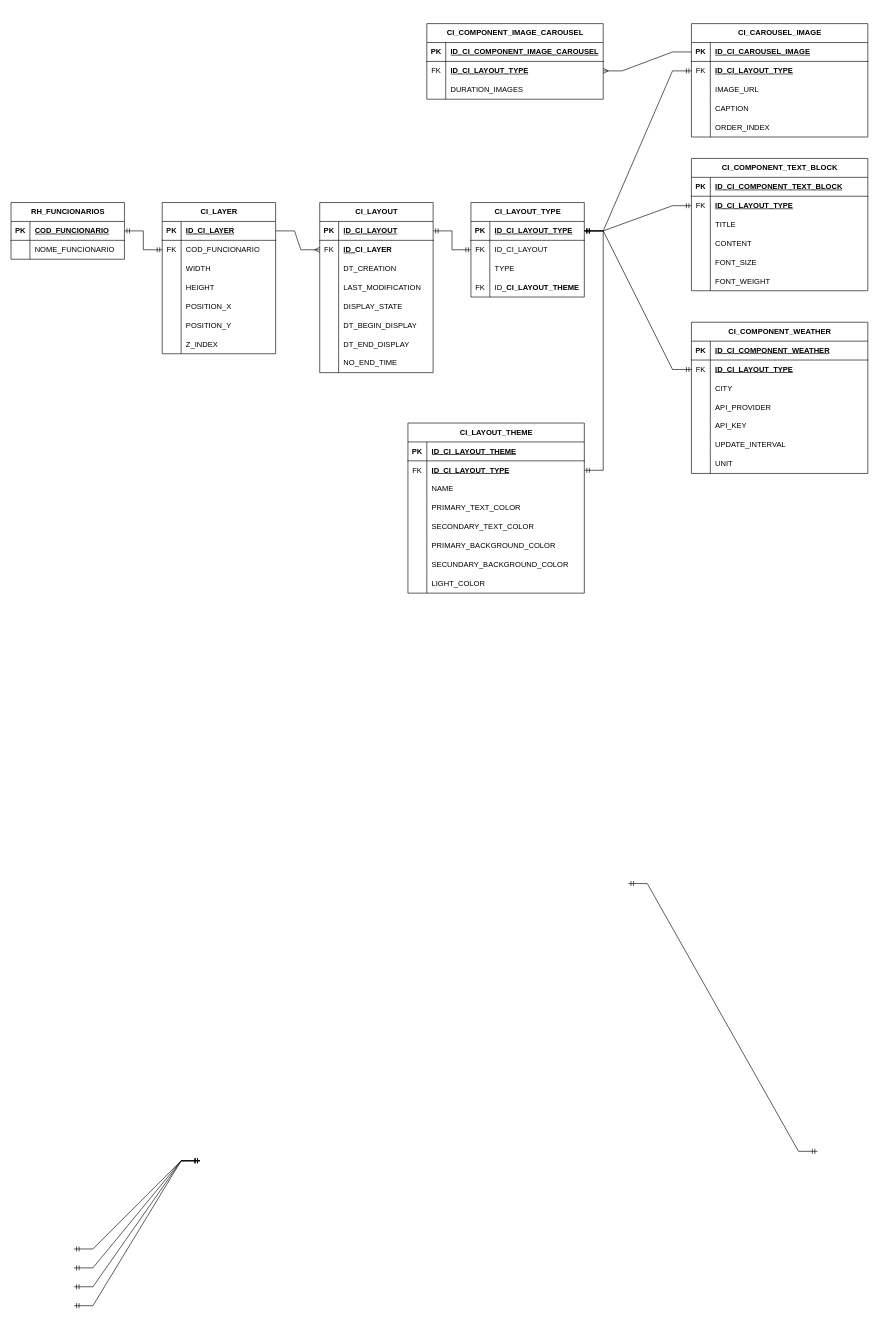
This is Diagrama_Publicidade_SEMAE.drawio from giovaniGuidetti/PHP_with_docker, a draw.io file, before an edit. Source tidied: cells renumbered, new cells numbered last; positions are measured from the earlier drawing's top-left corner, leaving out a move shared by most shapes. Both pictures are drawn from the tidied source at 63%, with x=0, y=0 at pixel (-28, 23).
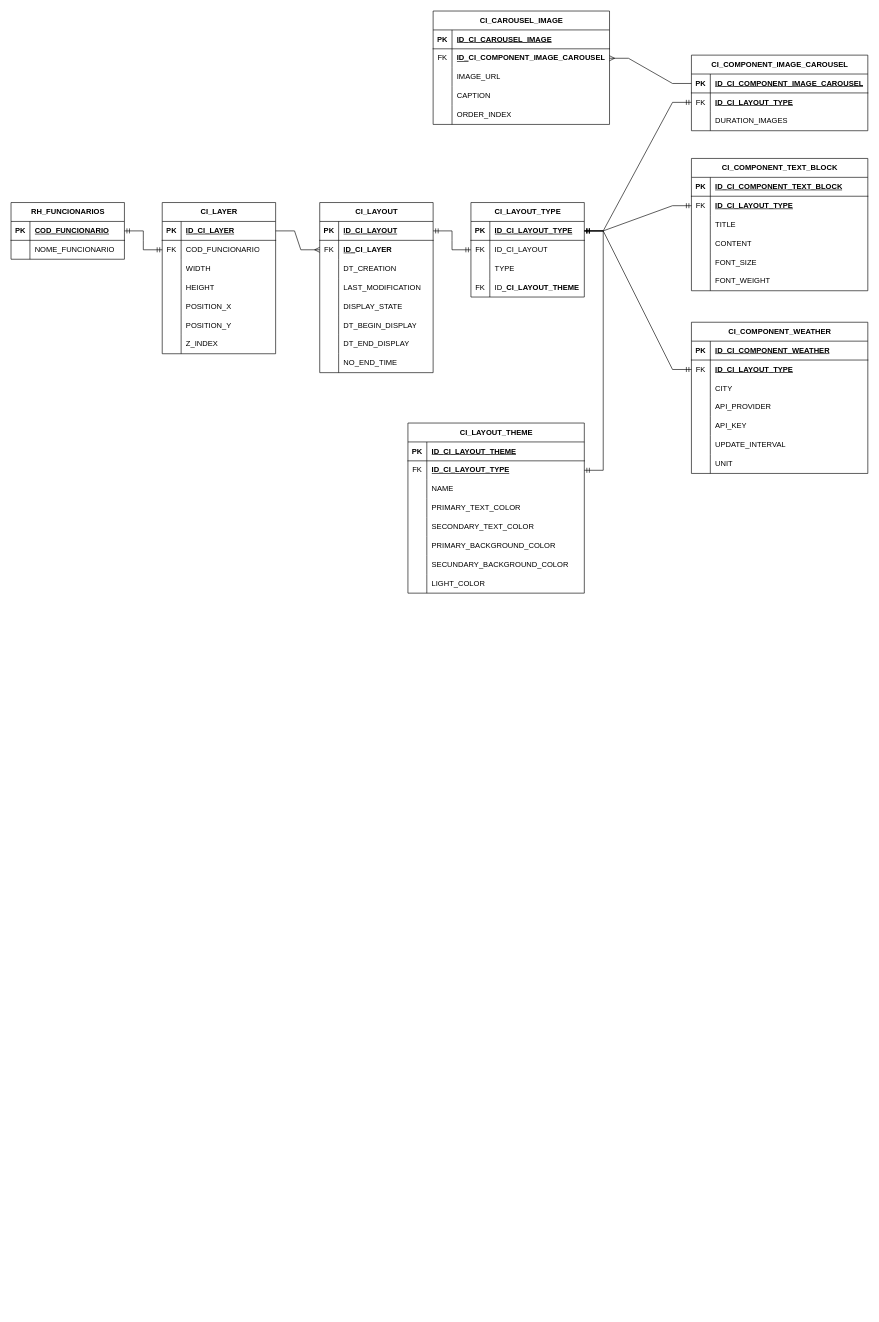
The same page after the edit.

The change refers to these unchanged cells:
```xml
<mxCell id="41" style="shape=tableRow;horizontal=0;startSize=0;swimlaneHead=0;swimlaneBody=0;fillColor=none;points=[[0,0.5],[1,0.5]];portConstraint=eastwest;top=0;left=0;right=0;bottom=1;" parent="40" vertex="1">
  <mxGeometry y="30" width="180" height="30" as="geometry" />
</mxCell>
<mxCell id="55" style="shape=tableRow;horizontal=0;startSize=0;swimlaneHead=0;swimlaneBody=0;fillColor=none;points=[[0,0.5],[1,0.5]];portConstraint=eastwest;top=0;left=0;right=0;bottom=1;" parent="54" vertex="1">
  <mxGeometry y="30" width="280" height="30" as="geometry" />
</mxCell>
<mxCell id="58" style="shape=tableRow;horizontal=0;startSize=0;swimlaneHead=0;swimlaneBody=0;fillColor=none;points=[[0,0.5],[1,0.5]];portConstraint=eastwest;top=0;left=0;right=0;bottom=0;" parent="54" vertex="1">
  <mxGeometry y="60" width="280" height="30" as="geometry" />
</mxCell>
<mxCell id="65" style="shape=tableRow;horizontal=0;startSize=0;swimlaneHead=0;swimlaneBody=0;fillColor=none;points=[[0,0.5],[1,0.5]];portConstraint=eastwest;top=0;left=0;right=0;bottom=1;" parent="64" vertex="1">
  <mxGeometry y="30" width="280" height="30" as="geometry" />
</mxCell>
<mxCell id="68" style="shape=tableRow;horizontal=0;startSize=0;swimlaneHead=0;swimlaneBody=0;fillColor=none;points=[[0,0.5],[1,0.5]];portConstraint=eastwest;top=0;left=0;right=0;bottom=0;" parent="64" vertex="1">
  <mxGeometry y="60" width="280" height="30" as="geometry" />
</mxCell>
```

The edit, as a diff of the source:
```diff
@@
-    <mxCell id="2" style="edgeStyle=entityRelationEdgeStyle;fontSize=12;html=1;endArrow=ERmandOne;startArrow=ERmandOne;rounded=0;" parent="1" edge="1">
-      <mxGeometry relative="1" as="geometry">
-        <mxPoint x="161" y="1945" as="sourcePoint" />
-        <mxPoint x="361" y="1805" as="targetPoint" />
-      </mxGeometry>
-    </mxCell>
-    <mxCell id="3" style="edgeStyle=entityRelationEdgeStyle;fontSize=12;html=1;endArrow=ERmandOne;startArrow=ERmandOne;rounded=0;" parent="1" edge="1">
-      <mxGeometry relative="1" as="geometry">
-        <mxPoint x="161" y="1975" as="sourcePoint" />
-        <mxPoint x="361" y="1805" as="targetPoint" />
-      </mxGeometry>
-    </mxCell>
-    <mxCell id="4" style="edgeStyle=entityRelationEdgeStyle;fontSize=12;html=1;endArrow=ERmandOne;startArrow=ERmandOne;rounded=0;" parent="1" edge="1">
-      <mxGeometry relative="1" as="geometry">
-        <mxPoint x="161" y="2005" as="sourcePoint" />
-        <mxPoint x="361" y="1805" as="targetPoint" />
-      </mxGeometry>
-    </mxCell>
-    <mxCell id="5" style="edgeStyle=entityRelationEdgeStyle;fontSize=12;html=1;endArrow=ERmandOne;startArrow=ERmandOne;rounded=0;" parent="1" edge="1">
-      <mxGeometry relative="1" as="geometry">
-        <mxPoint x="161" y="2035" as="sourcePoint" />
-        <mxPoint x="361" y="1805" as="targetPoint" />
-      </mxGeometry>
-    </mxCell>
-    <mxCell id="6" style="edgeStyle=entityRelationEdgeStyle;fontSize=12;html=1;endArrow=ERmandOne;startArrow=ERmandOne;rounded=0;entryX=0;entryY=0.5;entryDx=0;entryDy=0;" parent="1" edge="1">
-      <mxGeometry relative="1" as="geometry">
-        <mxPoint x="1041" y="1365" as="sourcePoint" />
-        <mxPoint x="1341" y="1790" as="targetPoint" />
-        <Array as="points">
-          <mxPoint x="1191" y="1765" />
-        </Array>
-      </mxGeometry>
-    </mxCell>
@@
     <mxCell id="54" value="CI_COMPONENT_IMAGE_CAROUSEL" style="shape=table;startSize=30;childLayout=tableLayout;rowLines=0;fontStyle=1;align=center;html=1;" parent="1" vertex="1">
-      <mxGeometry x="721" width="280" height="120" as="geometry" />
+      <mxGeometry x="1141" y="50" width="280" height="120" as="geometry" />
     </mxCell>
@@
     <mxCell id="64" value="CI_CAROUSEL_IMAGE" style="shape=table;startSize=30;childLayout=tableLayout;rowLines=0;fontStyle=1;align=center;html=1;" parent="1" vertex="1">
-      <mxGeometry x="1141" width="280" height="180" as="geometry" />
+      <mxGeometry x="731" y="-20" width="280" height="180" as="geometry" />
     </mxCell>
@@
-    <mxCell id="70" value="&lt;span style=&quot;font-weight: 700; text-decoration-line: underline;&quot;&gt;ID_CI_LAYOUT_TYPE&lt;/span&gt;" style="shape=partialRectangle;fillColor=none;top=0;left=0;bottom=0;right=0;align=left;spacingLeft=6;fontStyle=0;overflow=hidden;whiteSpace=wrap;html=1;" parent="68" vertex="1">
+    <mxCell id="70" value="&lt;span style=&quot;font-weight: 700; text-decoration-line: underline;&quot;&gt;ID_&lt;/span&gt;&lt;span style=&quot;font-weight: 700; text-wrap-mode: nowrap; text-align: center;&quot;&gt;CI_COMPONENT_IMAGE_CAROUSEL&lt;/span&gt;" style="shape=partialRectangle;fillColor=none;top=0;left=0;bottom=0;right=0;align=left;spacingLeft=6;fontStyle=0;overflow=hidden;whiteSpace=wrap;html=1;" parent="68" vertex="1">
       <mxGeometry x="30" width="250" height="30" as="geometry" />
     </mxCell>
@@
-    <mxCell id="121" style="edgeStyle=entityRelationEdgeStyle;fontSize=12;html=1;endArrow=ERmandOne;startArrow=ERmandOne;rounded=0;exitX=0;exitY=0.5;exitDx=0;exitDy=0;entryX=1;entryY=0.5;entryDx=0;entryDy=0;" parent="1" edge="1" source="68" target="41">
+    <mxCell id="121" style="edgeStyle=entityRelationEdgeStyle;fontSize=12;html=1;endArrow=ERmandOne;startArrow=ERmandOne;rounded=0;entryX=1;entryY=0.5;entryDx=0;entryDy=0;exitX=0;exitY=0.5;exitDx=0;exitDy=0;" parent="1" edge="1" source="58" target="41">
       <mxGeometry relative="1" as="geometry" />
     </mxCell>
@@
-    <mxCell id="124" style="edgeStyle=entityRelationEdgeStyle;fontSize=12;html=1;endArrow=ERmany;rounded=0;entryX=1;entryY=0.5;entryDx=0;entryDy=0;exitX=0;exitY=0.5;exitDx=0;exitDy=0;" parent="1" edge="1" source="65" target="58">
-      <mxGeometry relative="1" as="geometry" />
-    </mxCell>
@@
+    <mxCell id="124" style="edgeStyle=entityRelationEdgeStyle;fontSize=12;html=1;endArrow=ERmany;rounded=0;entryX=1;entryY=0.5;entryDx=0;entryDy=0;exitX=0;exitY=0.5;exitDx=0;exitDy=0;" parent="1" edge="1" source="55" target="68">
+      <mxGeometry relative="1" as="geometry" />
+    </mxCell>
```
